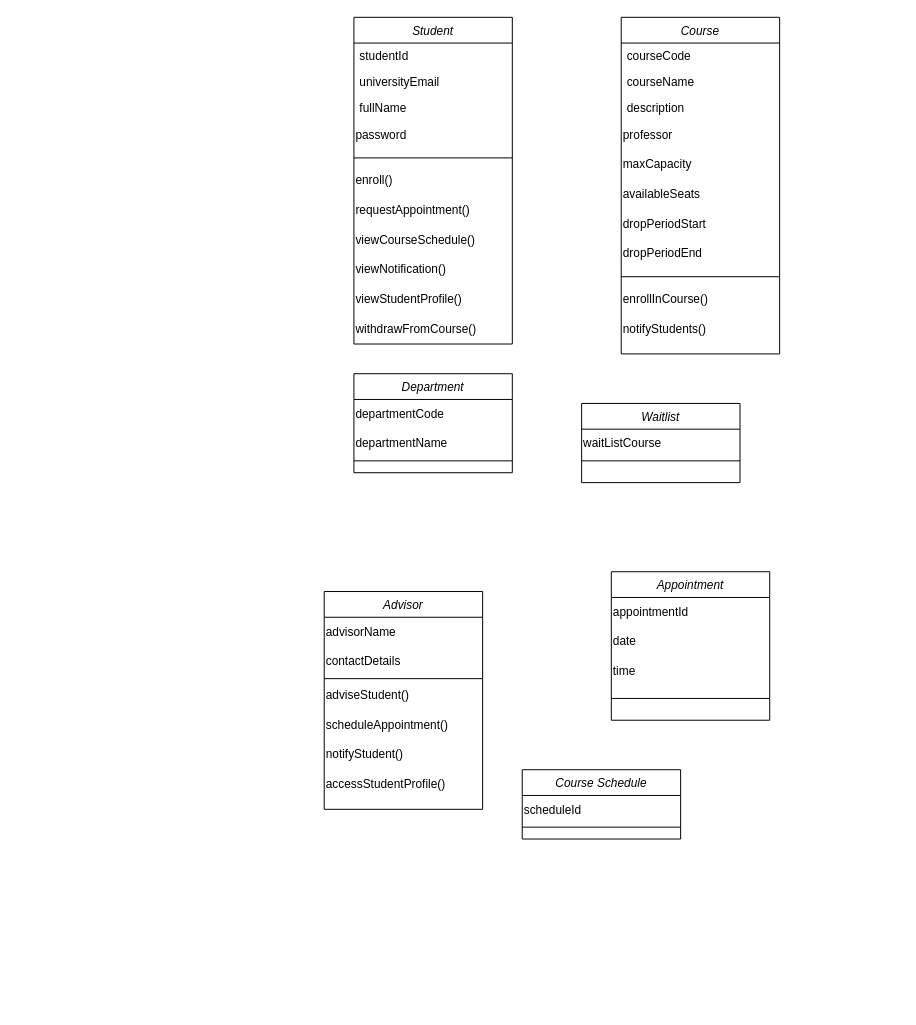
This is Assignment 1.drawio from sirfan123/1530, a draw.io file, before an edit. Source tidied: cells renumbered, new cells numbered last; positions are measured from the earlier drawing's top-left corner, leaving out a move shared by most shapes. Both pictures are drawn from the tidied source at 99%, with x=0, y=0 at pixel (324, 17).
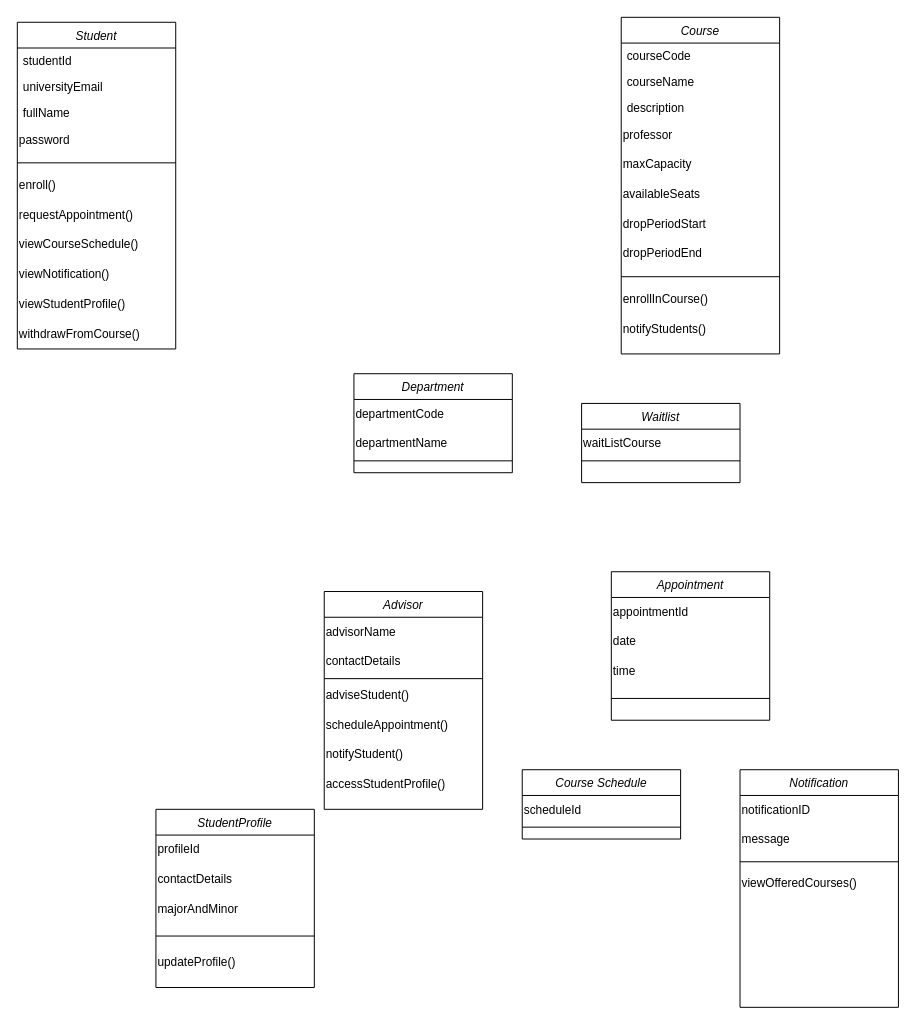
Above is the later version.

Diff of the diagram source:
```diff
@@
     <mxCell id="2" value="Student" style="swimlane;fontStyle=2;align=center;verticalAlign=top;horizontal=1;startSize=26;rounded=0;shadow=0;strokeWidth=1;" parent="1" vertex="1">
-      <mxGeometry x="30" width="160" height="330" as="geometry" />
+      <mxGeometry x="-310" y="5" width="160" height="330" as="geometry" />
     </mxCell>
@@
+    <mxCell id="49" value="Notification" style="swimlane;fontStyle=2;align=center;verticalAlign=top;horizontal=1;startSize=26;rounded=0;shadow=0;strokeWidth=1;" parent="1" vertex="1">
+      <mxGeometry x="420" y="760" width="160" height="240" as="geometry" />
+    </mxCell>
+    <mxCell id="50" value="notificationID" style="text;html=1;align=left;verticalAlign=middle;strokeColor=none;fillColor=none;" parent="49" vertex="1">
+      <mxGeometry y="26" width="160" height="30" as="geometry" />
+    </mxCell>
+    <mxCell id="51" value="message" style="text;html=1;align=left;verticalAlign=middle;strokeColor=none;fillColor=none;" parent="49" vertex="1">
+      <mxGeometry y="56" width="160" height="30" as="geometry" />
+    </mxCell>
+    <mxCell id="52" style="line;html=1;strokeWidth=1;align=left;verticalAlign=middle;spacingTop=-1;spacingLeft=3;spacingRight=3;labelPosition=right;" parent="49" vertex="1">
+      <mxGeometry y="86" width="160" height="14" as="geometry" />
+    </mxCell>
+    <mxCell id="53" value="viewOfferedCourses()" style="text;html=1;align=left;verticalAlign=middle;strokeColor=none;fillColor=none;" parent="49" vertex="1">
+      <mxGeometry y="100" width="160" height="30" as="geometry" />
+    </mxCell>
+    <mxCell id="54" value="StudentProfile" style="swimlane;fontStyle=2;align=center;verticalAlign=top;horizontal=1;startSize=26;rounded=0;shadow=0;strokeWidth=1;" parent="1" vertex="1">
+      <mxGeometry x="-170" y="800" width="160" height="180" as="geometry" />
+    </mxCell>
+    <mxCell id="55" value="profileId" style="text;html=1;align=left;verticalAlign=middle;strokeColor=none;fillColor=none;" parent="54" vertex="1">
+      <mxGeometry y="26" width="160" height="30" as="geometry" />
+    </mxCell>
+    <mxCell id="56" value="contactDetails" style="text;html=1;align=left;verticalAlign=middle;strokeColor=none;fillColor=none;" parent="54" vertex="1">
+      <mxGeometry y="56" width="160" height="30" as="geometry" />
+    </mxCell>
+    <mxCell id="57" value="majorAndMinor" style="text;html=1;align=left;verticalAlign=middle;strokeColor=none;fillColor=none;" parent="54" vertex="1">
+      <mxGeometry y="86" width="160" height="30" as="geometry" />
+    </mxCell>
+    <mxCell id="58" style="line;html=1;strokeWidth=1;align=left;verticalAlign=middle;spacingTop=-1;spacingLeft=3;spacingRight=3;labelPosition=right;" parent="54" vertex="1">
+      <mxGeometry y="116" width="160" height="24" as="geometry" />
+    </mxCell>
+    <mxCell id="59" value="updateProfile()" style="text;html=1;align=left;verticalAlign=middle;strokeColor=none;fillColor=none;" parent="54" vertex="1">
+      <mxGeometry y="140" width="160" height="30" as="geometry" />
+    </mxCell>
```
